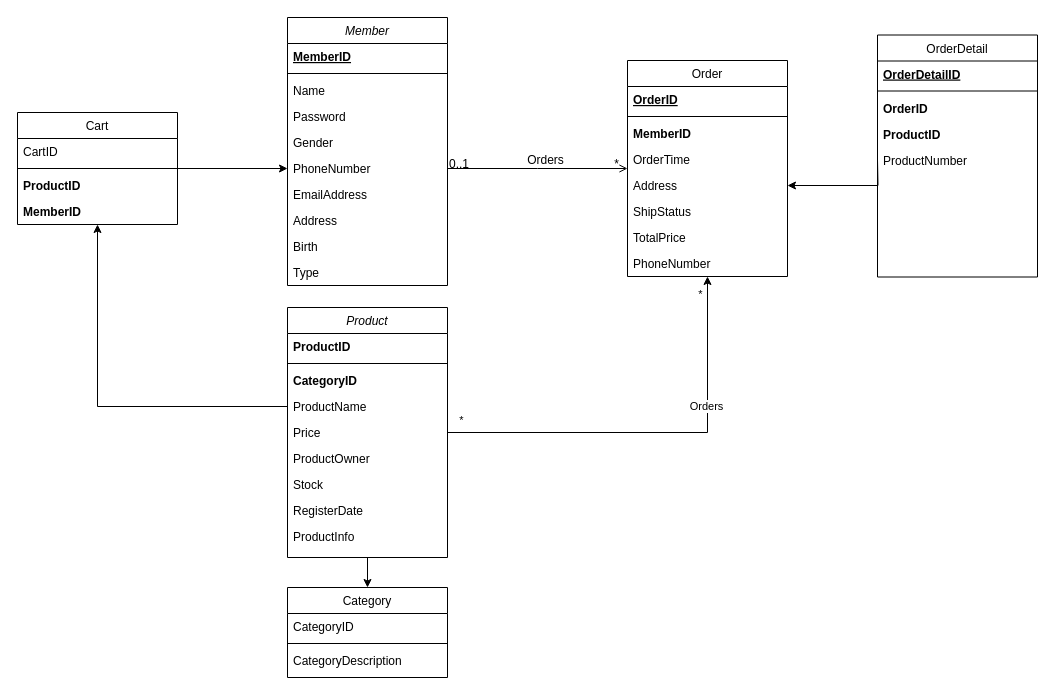
The draw.io diagram classDiagram.drawio in restrain22/clone, before the edit. Source tidied: cells renumbered, new cells numbered last; positions are measured from the earlier drawing's top-left corner, leaving out a move shared by most shapes. Both pictures are drawn from the tidied source at 100%, with x=0, y=0 at pixel (17, 17).
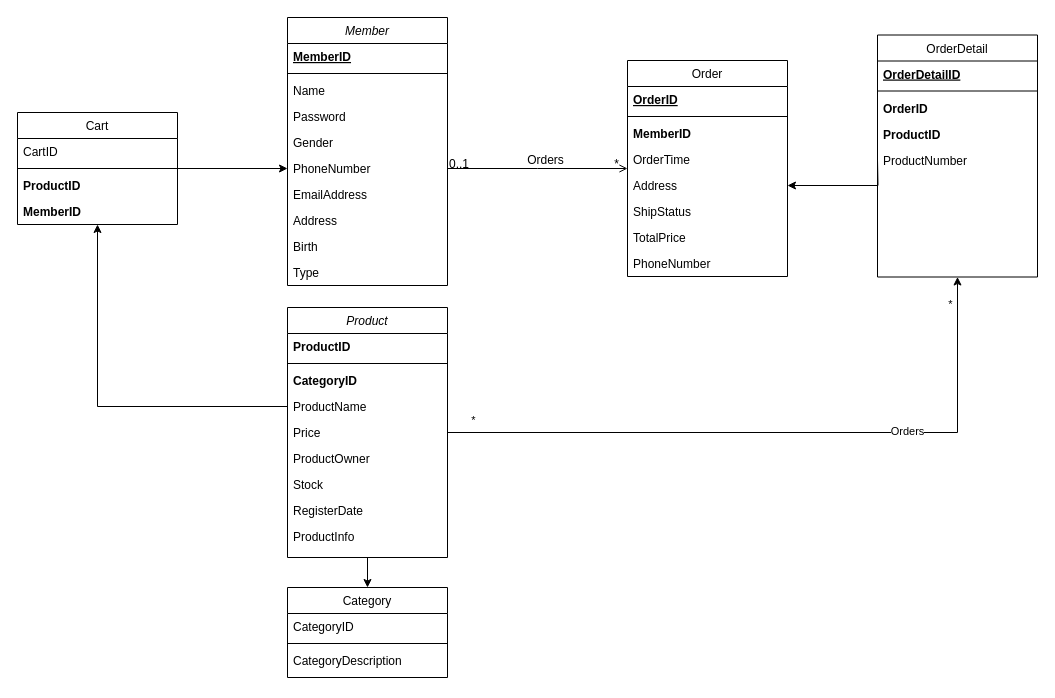
After the change.

The change refers to these unchanged cells:
```xml
<mxCell id="13" value="Order" style="swimlane;fontStyle=0;align=center;verticalAlign=top;horizontal=1;startSize=26;rounded=0;shadow=0;strokeWidth=1;" parent="1" vertex="1">
  <mxGeometry x="610" y="43" width="160" height="216" as="geometry" />
</mxCell>
<mxCell id="33" value="Price" style="text;align=left;verticalAlign=top;spacingLeft=4;spacingRight=4;overflow=hidden;points=[[0,0.5],[1,0.5]];portConstraint=eastwest;rounded=0;shadow=0;html=0;" parent="28" vertex="1">
  <mxGeometry y="112" width="160" height="26" as="geometry" />
</mxCell>
<mxCell id="52" value="OrderDetail" style="swimlane;fontStyle=0;align=center;verticalAlign=top;horizontal=1;startSize=26;rounded=0;shadow=0;strokeWidth=1;" parent="1" vertex="1">
  <mxGeometry x="860" y="17.5" width="160" height="242" as="geometry" />
</mxCell>
```

What changed in the source:
```diff
@@
-    <mxCell id="38" style="edgeStyle=orthogonalEdgeStyle;rounded=0;jettySize=auto;html=1;exitX=1;exitY=0.5;exitDx=0;exitDy=0;entryX=0.5;entryY=1;entryDx=0;entryDy=0;" parent="1" edge="1" source="33" target="13">
+    <mxCell id="38" style="edgeStyle=orthogonalEdgeStyle;rounded=0;jettySize=auto;html=1;exitX=1;exitY=0.5;exitDx=0;exitDy=0;entryX=0.5;entryY=1;entryDx=0;entryDy=0;" parent="1" edge="1" source="33" target="52">
       <mxGeometry relative="1" as="geometry" />
     </mxCell>
```
